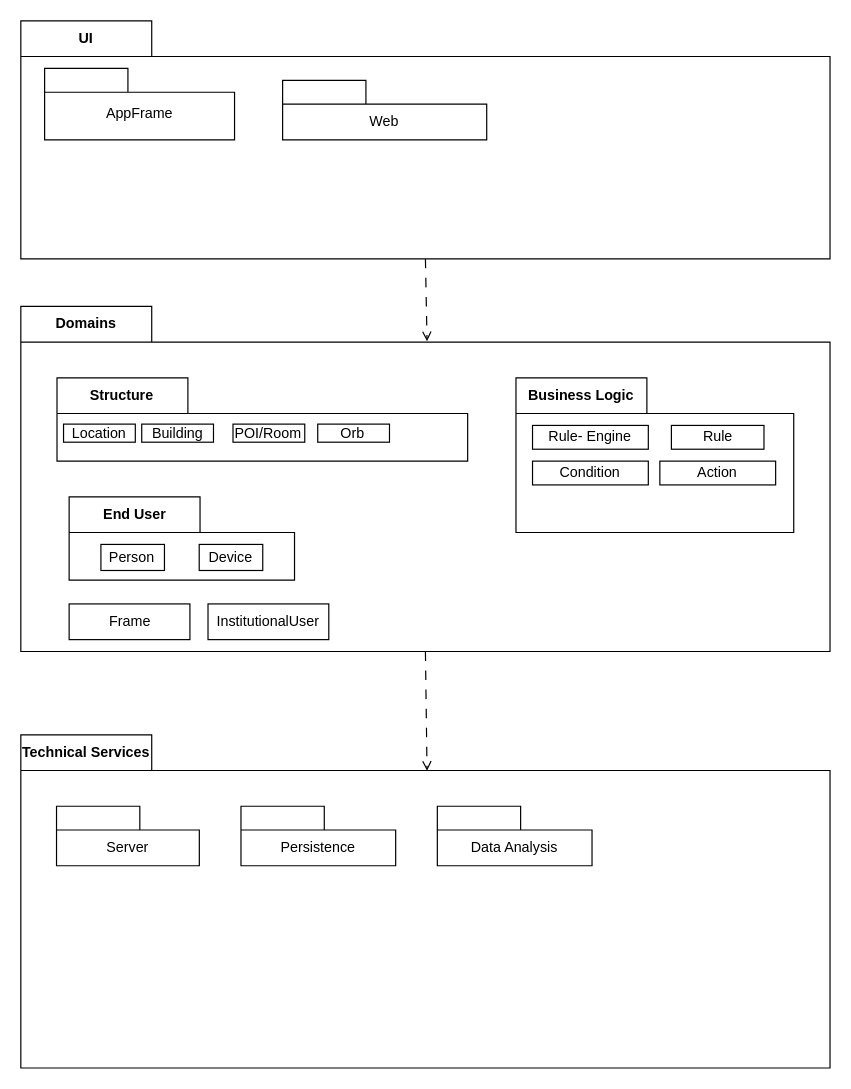
The draw.io diagram ProjectArchitecture.drawio in phyllomenous/PM3_DomainModel, before the edit. Source tidied: cells renumbered, new cells numbered last; positions are measured from the earlier drawing's top-left corner, leaving out a move shared by most shapes. Both pictures are drawn from the tidied source at 119%, with x=0, y=0 at pixel (20, 20).
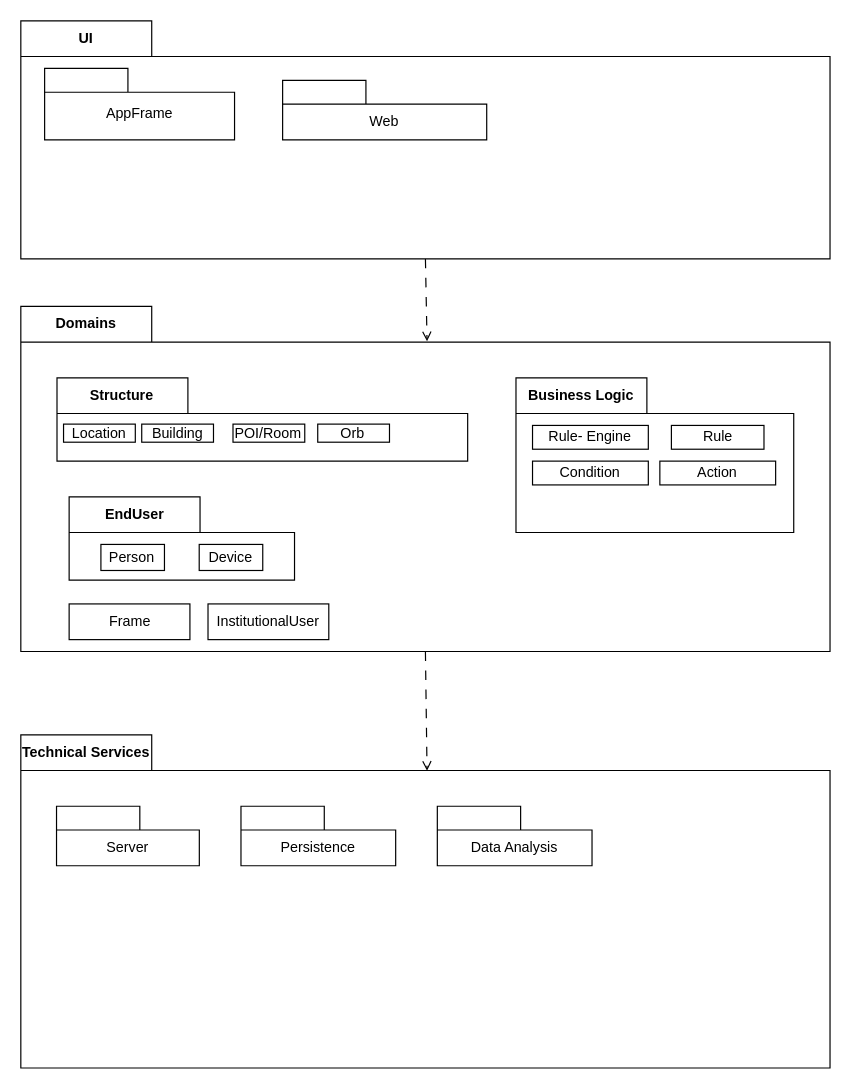
After the change.

The change refers to these unchanged cells:
```xml
<mxCell id="10" value="Domains" style="shape=folder;fontStyle=1;tabWidth=110;tabHeight=30;tabPosition=left;html=1;boundedLbl=1;labelInHeader=1;whiteSpace=wrap;" parent="1" vertex="1">
  <mxGeometry y="240" width="680" height="290" as="geometry" />
</mxCell>
```

Change to the diagram source:
```diff
@@
-    <mxCell id="24" value="End User" style="shape=folder;fontStyle=1;tabWidth=110;tabHeight=30;tabPosition=left;html=1;boundedLbl=1;labelInHeader=1;whiteSpace=wrap;" parent="10" vertex="1">
+    <mxCell id="24" value="EndUser" style="shape=folder;fontStyle=1;tabWidth=110;tabHeight=30;tabPosition=left;html=1;boundedLbl=1;labelInHeader=1;whiteSpace=wrap;" parent="10" vertex="1">
       <mxGeometry x="40.6" y="160" width="189.4" height="70" as="geometry" />
     </mxCell>
```
